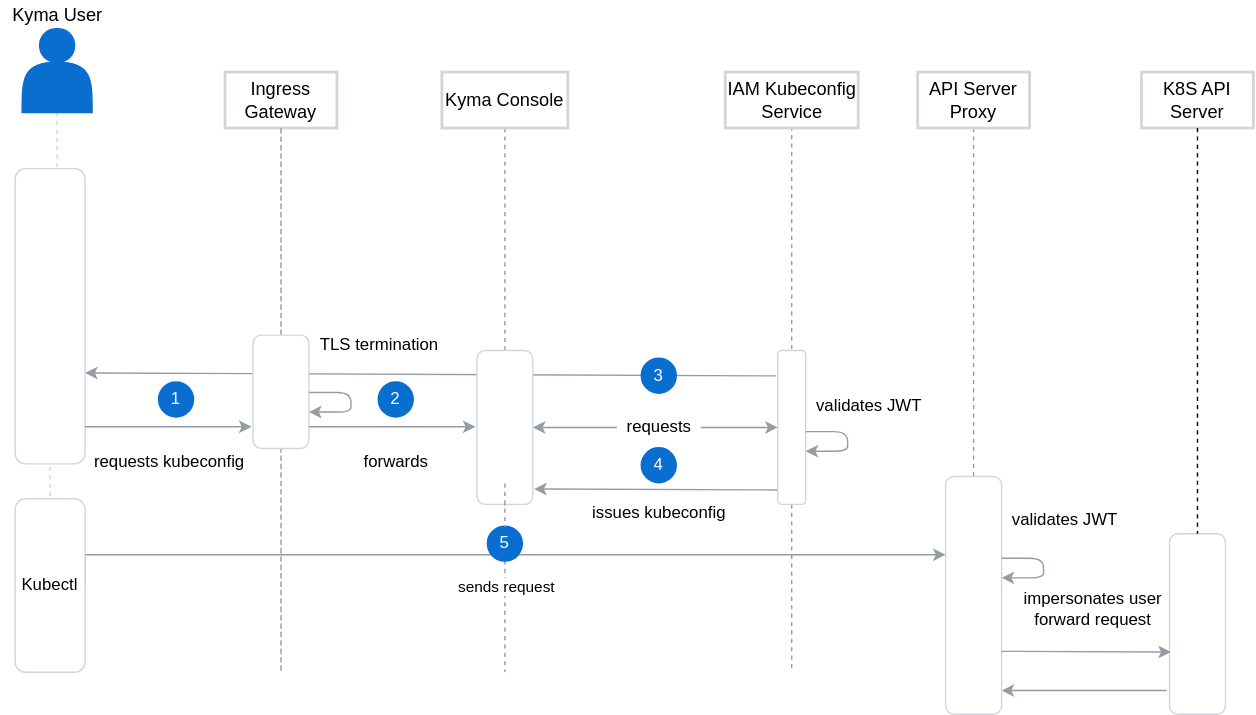
kyma-project/kyma keeps this draw.io diagram as docs/security/assets/kyma-access-kubectl.svg. Above is the earlier version. Source tidied: cells renumbered, new cells last; positions are measured from the earlier drawing's top-left corner, leaving out a move shared by most shapes.
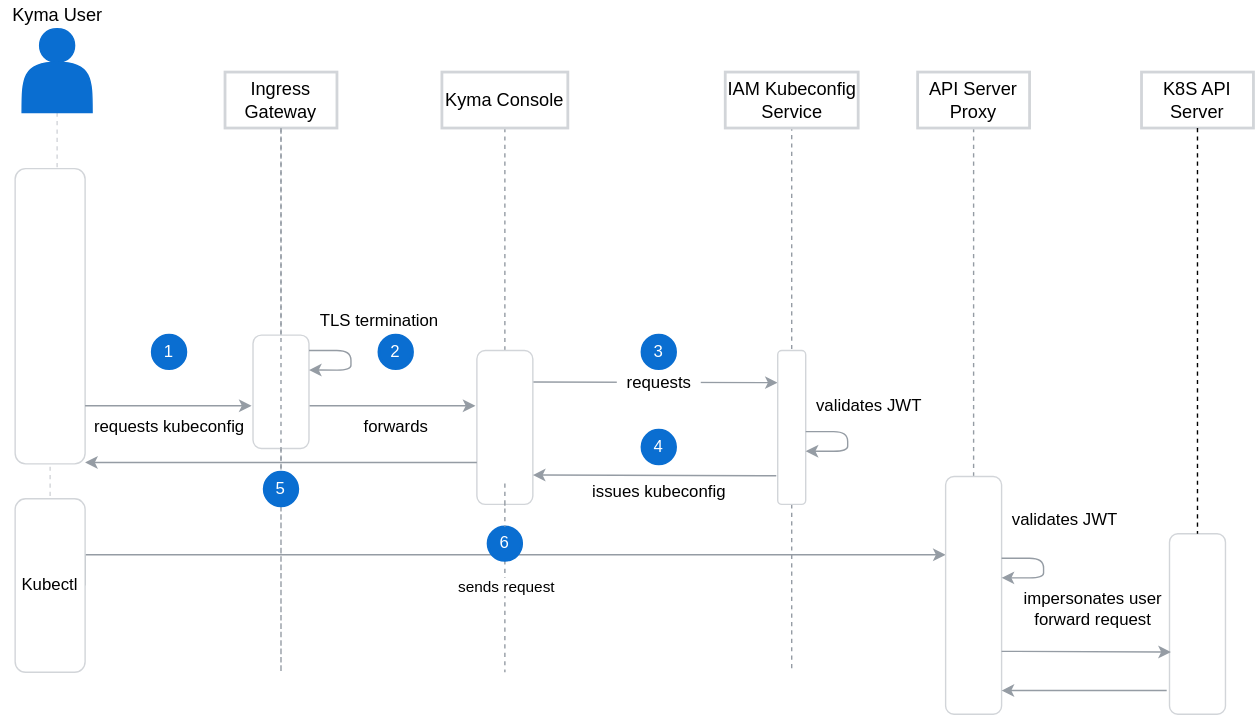
The same diagram one commit later.

Change to the diagram source:
```diff
@@ -2,11 +2,18 @@
   <root>
     <mxCell id="0" />
     <mxCell id="1" parent="0" />
-    <mxCell id="2" style="endArrow=classic;html=1;exitX=0.906;exitY=1.019;exitDx=0;exitDy=0;entryX=1;entryY=0.692;entryDx=0;entryDy=0;strokeColor=#959CA4;entryPerimeter=0;exitPerimeter=0;" parent="1" edge="1" target="11">
-      <mxGeometry relative="1" as="geometry">
-        <mxPoint x="553.8" y="268.2" as="sourcePoint" />
-      </mxGeometry>
-    </mxCell>
+    <mxCell id="48" style="endArrow=none;html=1;strokeColor=#959CA4;entryX=-0.033;entryY=-0.25;entryDx=0;entryDy=0;entryPerimeter=0;startArrow=classic;startFill=1;endFill=0;" parent="1" edge="1">
+      <mxGeometry relative="1" as="geometry">
+        <mxPoint x="339" y="289.5" as="sourcePoint" />
+        <mxPoint x="220" y="289.5" as="targetPoint" />
+      </mxGeometry>
+    </mxCell>
+    <mxCell id="50" style="endArrow=none;html=1;strokeColor=#959CA4;entryX=-0.033;entryY=-0.25;entryDx=0;entryDy=0;entryPerimeter=0;startArrow=classic;startFill=1;endFill=0;" parent="1" edge="1">
+      <mxGeometry relative="1" as="geometry">
+        <mxPoint x="555" y="273" as="sourcePoint" />
+        <mxPoint x="380" y="272.5" as="targetPoint" />
+      </mxGeometry>
+    </mxCell>
     <mxCell id="3" style="edgeStyle=orthogonalEdgeStyle;rounded=0;orthogonalLoop=1;jettySize=auto;html=1;dashed=1;endArrow=none;endFill=0;strokeColor=#959CA4;" parent="1" edge="1">
       <mxGeometry relative="1" as="geometry">
         <mxPoint x="565" y="90" as="sourcePoint" />
@@ -41,7 +48,7 @@
     <mxCell id="11" style="rounded=1;whiteSpace=wrap;html=1;strokeColor=#D2D5D9;" parent="1" vertex="1">
       <mxGeometry x="10" y="120" width="50" height="211" as="geometry" />
     </mxCell>
-    <mxCell id="12" style="edgeStyle=orthogonalEdgeStyle;rounded=0;jettySize=auto;html=1;dashed=1;endArrow=none;endFill=0;strokeColor=#959CA4;" parent="1" edge="1" source="5">
+    <mxCell id="12" style="edgeStyle=orthogonalEdgeStyle;rounded=0;jettySize=auto;html=1;dashed=1;endArrow=none;endFill=0;strokeColor=#959CA4;" parent="1" edge="1" source="53">
       <mxGeometry relative="1" as="geometry">
         <mxPoint x="200" y="91" as="targetPoint" />
         <Array as="points">
@@ -83,22 +90,16 @@
       <mxGeometry x="15" y="20" width="50" height="60" as="geometry" />
     </mxCell>
     <mxCell id="21" value="requests kubeconfig" style="text;html=1;align=center;verticalAlign=middle;" parent="1" vertex="1">
-      <mxGeometry x="60" y="320" width="120" height="20" as="geometry" />
+      <mxGeometry x="60" y="295" width="120" height="20" as="geometry" />
     </mxCell>
-    <mxCell id="22" style="endArrow=classic;startArrow=classic;html=1;entryX=0.5;entryY=1;entryDx=0;entryDy=0;exitX=1;exitY=0.5;exitDx=0;exitDy=0;strokeColor=#959CA4;" parent="1" edge="1" source="37" target="23">
-      <mxGeometry relative="1" as="geometry" />
-    </mxCell>
     <mxCell id="23" style="rounded=1;whiteSpace=wrap;html=1;fillColor=#FFFFFF;rotation=90;strokeColor=#D2D5D9;" parent="1" vertex="1">
       <mxGeometry x="510" y="295" width="110" height="20" as="geometry" />
     </mxCell>
     <mxCell id="24" value="validates JWT" style="text;html=1;align=center;verticalAlign=middle;" parent="1" vertex="1">
       <mxGeometry x="575" y="280" width="90" height="20" as="geometry" />
     </mxCell>
-    <mxCell id="25" style="endArrow=classic;html=1;exitX=0.906;exitY=1.019;exitDx=0;exitDy=0;entryX=1.021;entryY=0.9;entryDx=0;entryDy=0;strokeColor=#959CA4;entryPerimeter=0;exitPerimeter=0;" parent="1" edge="1" source="23" target="37">
-      <mxGeometry relative="1" as="geometry" />
-    </mxCell>
     <mxCell id="26" value="issues kubeconfig" style="text;html=1;align=center;verticalAlign=middle;strokeColor=#FFFFFF;" parent="1" vertex="1">
-      <mxGeometry x="415" y="356" width="110" height="20" as="geometry" />
+      <mxGeometry x="415" y="341" width="110" height="20" as="geometry" />
     </mxCell>
     <mxCell id="27" value="validates JWT" style="text;html=1;align=center;verticalAlign=middle;" parent="1" vertex="1">
       <mxGeometry x="715" y="361" width="90" height="20" as="geometry" />
@@ -141,15 +142,15 @@
       <mxGeometry x="180" y="239" width="40" height="81" as="geometry" />
     </mxCell>
     <mxCell id="34" value="TLS termination" style="text;html=1;align=center;verticalAlign=middle;" parent="1" vertex="1">
-      <mxGeometry x="220" y="236" width="100" height="20" as="geometry" />
+      <mxGeometry x="220" y="219" width="100" height="20" as="geometry" />
     </mxCell>
     <mxCell id="35" style="edgeStyle=orthogonalEdgeStyle;orthogonalLoop=1;jettySize=auto;html=1;entryX=1;entryY=0.407;entryDx=0;entryDy=0;endArrow=classic;endFill=1;strokeWidth=1;entryPerimeter=0;strokeColor=#959CA4;rounded=1;" parent="1" edge="1">
       <mxGeometry relative="1" as="geometry">
-        <mxPoint x="220" y="280" as="sourcePoint" />
-        <mxPoint x="220" y="294" as="targetPoint" />
+        <mxPoint x="220" y="250" as="sourcePoint" />
+        <mxPoint x="220" y="264" as="targetPoint" />
         <Array as="points">
-          <mxPoint x="250" y="280" />
-          <mxPoint x="250" y="294" />
+          <mxPoint x="250" y="250" />
+          <mxPoint x="250" y="264" />
         </Array>
       </mxGeometry>
     </mxCell>
@@ -165,24 +166,24 @@
       <mxGeometry x="315" y="51" width="90" height="40" as="geometry" />
     </mxCell>
     <mxCell id="39" value="requests" style="text;html=1;align=center;verticalAlign=middle;fillColor=#ffffff;" parent="1" vertex="1">
-      <mxGeometry x="440" y="295" width="60" height="20" as="geometry" />
+      <mxGeometry x="440" y="263" width="60" height="20" as="geometry" />
     </mxCell>
     <mxCell id="40" value="forwards" style="text;html=1;align=center;verticalAlign=middle;" parent="1" vertex="1">
-      <mxGeometry x="252" y="320" width="60" height="20" as="geometry" />
+      <mxGeometry x="252" y="295" width="60" height="20" as="geometry" />
     </mxCell>
     <mxCell id="41" value="&lt;font color=&quot;#FFFFFF&quot;&gt;1&lt;/font&gt;" style="ellipse;whiteSpace=wrap;html=1;strokeWidth=2;fillColor=#0A6ED1;strokeColor=#0A6ED1;" parent="1" vertex="1">
-      <mxGeometry x="113" y="273" width="24" height="24" as="geometry" />
+      <mxGeometry x="108" y="239" width="24" height="24" as="geometry" />
     </mxCell>
     <mxCell id="42" value="&lt;font color=&quot;#FFFFFF&quot;&gt;2&lt;/font&gt;" style="ellipse;whiteSpace=wrap;html=1;strokeWidth=2;fillColor=#0A6ED1;strokeColor=#0A6ED1;" parent="1" vertex="1">
-      <mxGeometry x="270" y="273" width="24" height="24" as="geometry" />
+      <mxGeometry x="270" y="239" width="24" height="24" as="geometry" />
     </mxCell>
     <mxCell id="43" value="3" style="ellipse;whiteSpace=wrap;html=1;strokeWidth=2;fillColor=#0A6ED1;strokeColor=#0A6ED1;fontColor=#FFFFFF;" parent="1" vertex="1">
-      <mxGeometry x="458" y="256" width="24" height="24" as="geometry" />
+      <mxGeometry x="458" y="239" width="24" height="24" as="geometry" />
     </mxCell>
     <mxCell id="44" value="4" style="ellipse;whiteSpace=wrap;html=1;strokeWidth=2;fillColor=#0A6ED1;strokeColor=#0A6ED1;fontColor=#FFFFFF;" parent="1" vertex="1">
-      <mxGeometry x="458" y="320" width="24" height="24" as="geometry" />
+      <mxGeometry x="458" y="307" width="24" height="24" as="geometry" />
     </mxCell>
-    <mxCell id="45" value="5" style="ellipse;whiteSpace=wrap;html=1;strokeWidth=2;fillColor=#0A6ED1;strokeColor=#0A6ED1;fontColor=#FFFFFF;" parent="1" vertex="1">
+    <mxCell id="45" value="6" style="ellipse;whiteSpace=wrap;html=1;strokeWidth=2;fillColor=#0A6ED1;strokeColor=#0A6ED1;fontColor=#FFFFFF;" parent="1" vertex="1">
       <mxGeometry x="348" y="376" width="24" height="24" as="geometry" />
     </mxCell>
     <mxCell id="46" style="edgeStyle=orthogonalEdgeStyle;rounded=0;jettySize=auto;html=1;endArrow=none;endFill=0;dashed=1;strokeWidth=1;strokeColor=#959CA4;" parent="1" edge="1" target="45">
@@ -193,17 +194,29 @@
     <mxCell id="47" value="Kyma User" style="text;html=1;align=center;verticalAlign=middle;fontSize=13;" parent="1" vertex="1">
       <mxGeometry width="80" height="20" as="geometry" />
     </mxCell>
-    <mxCell id="48" style="endArrow=none;html=1;strokeColor=#959CA4;entryX=-0.033;entryY=-0.25;entryDx=0;entryDy=0;entryPerimeter=0;startArrow=classic;startFill=1;endFill=0;" parent="1" edge="1">
-      <mxGeometry relative="1" as="geometry">
-        <mxPoint x="339" y="304.5" as="sourcePoint" />
-        <mxPoint x="220" y="304.5" as="targetPoint" />
-      </mxGeometry>
-    </mxCell>
     <mxCell id="49" style="endArrow=none;html=1;strokeColor=#959CA4;entryX=-0.033;entryY=-0.25;entryDx=0;entryDy=0;entryPerimeter=0;startArrow=classic;startFill=1;endFill=0;" parent="1" edge="1">
       <mxGeometry relative="1" as="geometry">
-        <mxPoint x="179" y="304.5" as="sourcePoint" />
-        <mxPoint x="60" y="304.5" as="targetPoint" />
+        <mxPoint x="179" y="289.5" as="sourcePoint" />
+        <mxPoint x="60" y="289.5" as="targetPoint" />
       </mxGeometry>
     </mxCell>
+    <mxCell id="51" style="endArrow=classic;html=1;strokeColor=#959CA4;entryX=-0.033;entryY=-0.25;entryDx=0;entryDy=0;entryPerimeter=0;startArrow=none;startFill=0;endFill=1;" parent="1" edge="1">
+      <mxGeometry relative="1" as="geometry">
+        <mxPoint x="554" y="339.5" as="sourcePoint" />
+        <mxPoint x="380" y="339" as="targetPoint" />
+      </mxGeometry>
+    </mxCell>
+    <mxCell id="52" style="endArrow=classic;html=1;strokeColor=#959CA4;entryX=-0.033;entryY=-0.25;entryDx=0;entryDy=0;entryPerimeter=0;startArrow=none;startFill=0;endFill=1;" parent="1" edge="1">
+      <mxGeometry relative="1" as="geometry">
+        <mxPoint x="340" y="330" as="sourcePoint" />
+        <mxPoint x="60" y="330" as="targetPoint" />
+      </mxGeometry>
+    </mxCell>
+    <mxCell id="53" value="5" style="ellipse;whiteSpace=wrap;html=1;strokeWidth=2;fillColor=#0A6ED1;strokeColor=#0A6ED1;fontColor=#FFFFFF;" parent="1" vertex="1">
+      <mxGeometry x="188" y="337" width="24" height="24" as="geometry" />
+    </mxCell>
+    <mxCell id="54" style="edgeStyle=orthogonalEdgeStyle;rounded=0;jettySize=auto;html=1;dashed=1;endArrow=none;endFill=0;strokeColor=#959CA4;" parent="1" edge="1" source="5" target="53">
+      <mxGeometry relative="1" as="geometry" />
+    </mxCell>
   </root>
 </mxGraphModel>
```
